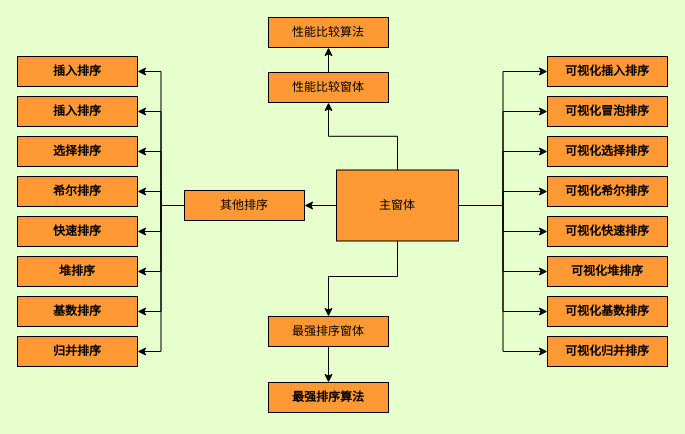
This is 未命名绘图.drawio from harmor123/picx-images-hosting, a draw.io file, before an edit. Source tidied: cells renumbered, new cells numbered last; positions are measured from the earlier drawing's top-left corner, leaving out a move shared by most shapes. Both pictures are drawn from the tidied source at 100%, with x=0, y=0 at pixel (17, 17).
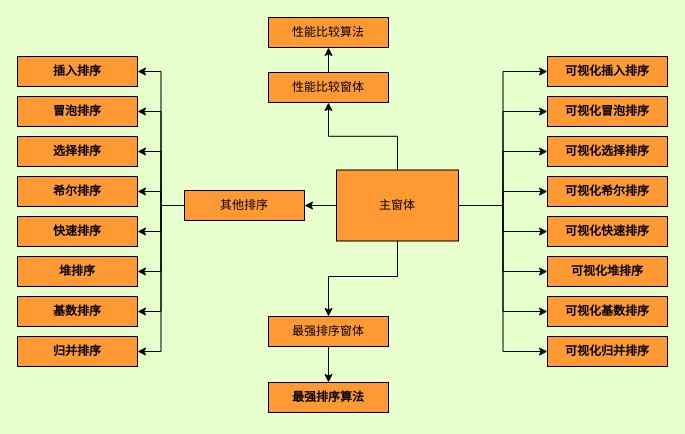
The same diagram, later.

Commit message:
更新未命名绘图.drawio

Diff of the diagram source:
```diff
@@
-    <mxCell id="41" value="&lt;p class=&quot;MsoNormal&quot;&gt;&lt;font face=&quot;宋体&quot;&gt;&lt;b&gt;插入排序&lt;/b&gt;&lt;/font&gt;&lt;/p&gt;" style="rounded=0;whiteSpace=wrap;html=1;fillColor=#FF9933;" parent="1" vertex="1">
+    <mxCell id="41" value="&lt;p class=&quot;MsoNormal&quot;&gt;&lt;font face=&quot;宋体&quot;&gt;&lt;b&gt;冒泡排序&lt;/b&gt;&lt;/font&gt;&lt;/p&gt;" style="rounded=0;whiteSpace=wrap;html=1;fillColor=#FF9933;" parent="1" vertex="1">
       <mxGeometry y="79" width="120" height="30" as="geometry" />
     </mxCell>
```
